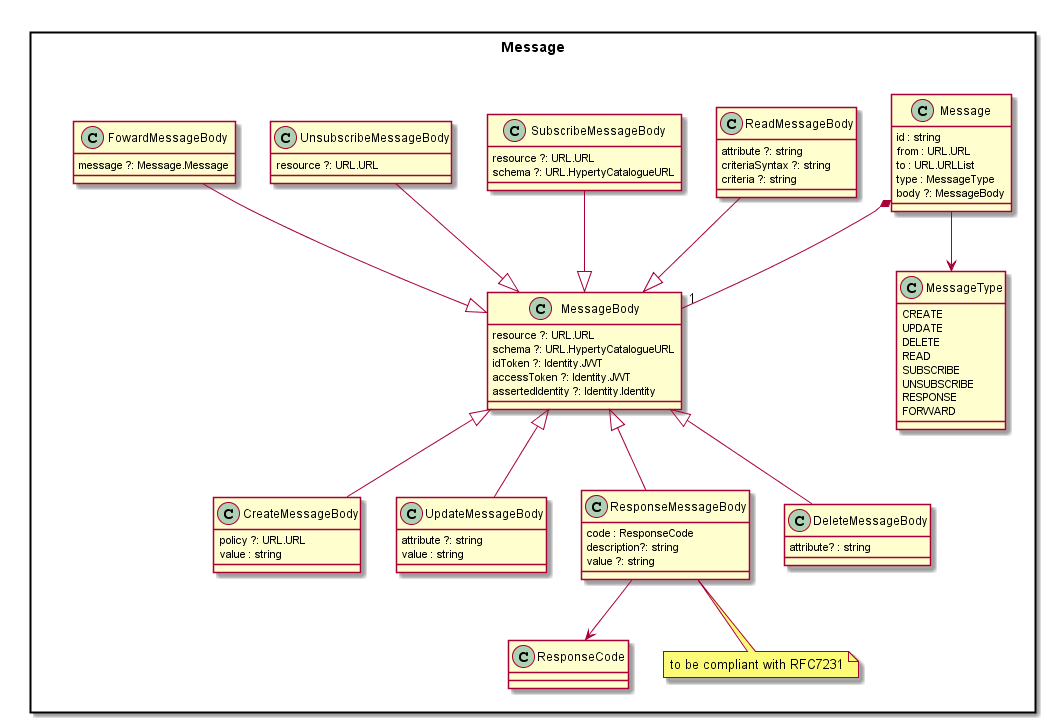
The PlantUML diagram docs/datamodel/Message-Data-Model.png in reTHINK-project/dev-service-framework, before a commit.
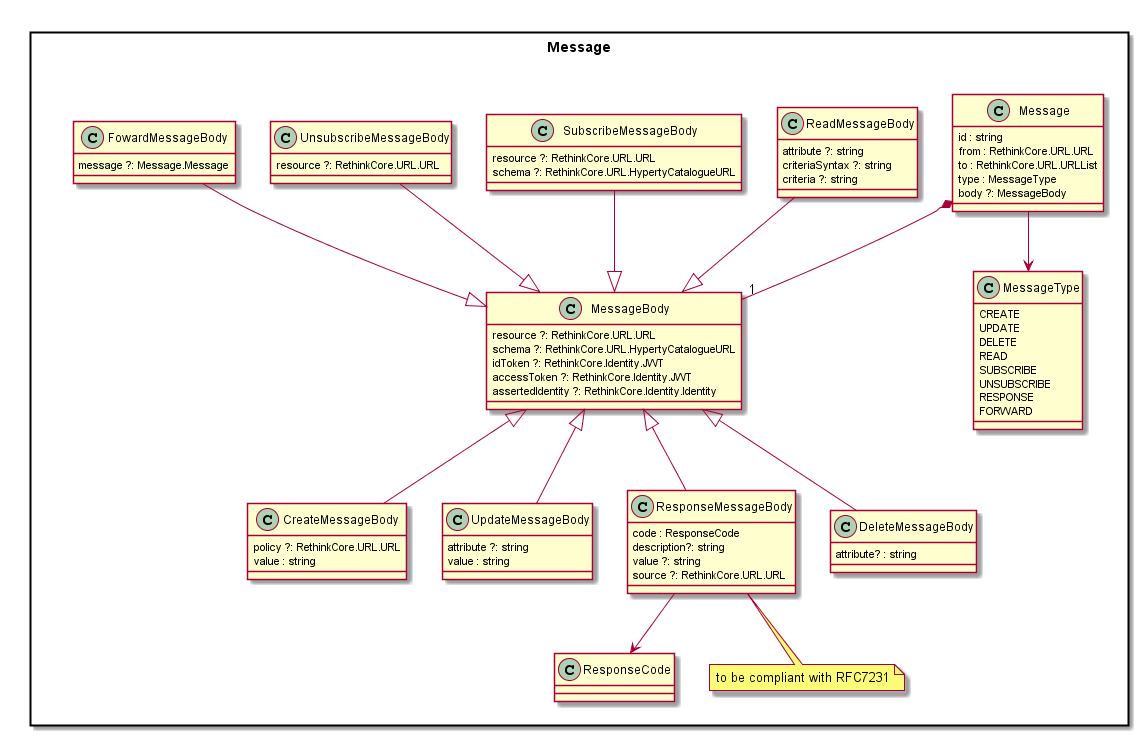
Above is the later version.

Change to the diagram source:
```diff
@@ -4,22 +4,22 @@
 
 	class Message {
 		id : string
-		from : URL.URL
-		to : URL.URLList
+		from : RethinkCore.URL.URL
+		to : RethinkCore.URL.URLList
 		type : MessageType
 		body ?: MessageBody
 	}
 
 	class MessageBody {
-		resource ?: URL.URL
-		schema ?: URL.HypertyCatalogueURL
-		idToken ?: Identity.JWT
-		accessToken ?: Identity.JWT
-		assertedIdentity ?: Identity.Identity
+		resource ?: RethinkCore.URL.URL
+		schema ?: RethinkCore.URL.HypertyCatalogueURL
+		idToken ?: RethinkCore.Identity.JWT
+		accessToken ?: RethinkCore.Identity.JWT
+		assertedIdentity ?: RethinkCore.Identity.Identity
 	}
 
 	class CreateMessageBody {
-		policy ?: URL.URL
+		policy ?: RethinkCore.URL.URL
 		value : string
 	}
 
@@ -35,6 +35,7 @@
 		code : ResponseCode
 		description?: string
 		value ?: string
+		source ?: RethinkCore.URL.URL
 	}
 	note bottom : to be compliant with RFC7231
 
@@ -49,12 +50,12 @@
 	}
 
 	class SubscribeMessageBody {
-		resource ?: URL.URL
-		schema ?: URL.HypertyCatalogueURL
+		resource ?: RethinkCore.URL.URL
+		schema ?: RethinkCore.URL.HypertyCatalogueURL
 	}
 
 	class UnsubscribeMessageBody {
-		resource ?: URL.URL
+		resource ?: RethinkCore.URL.URL
 	}
 
 	class FowardMessageBody {
```
